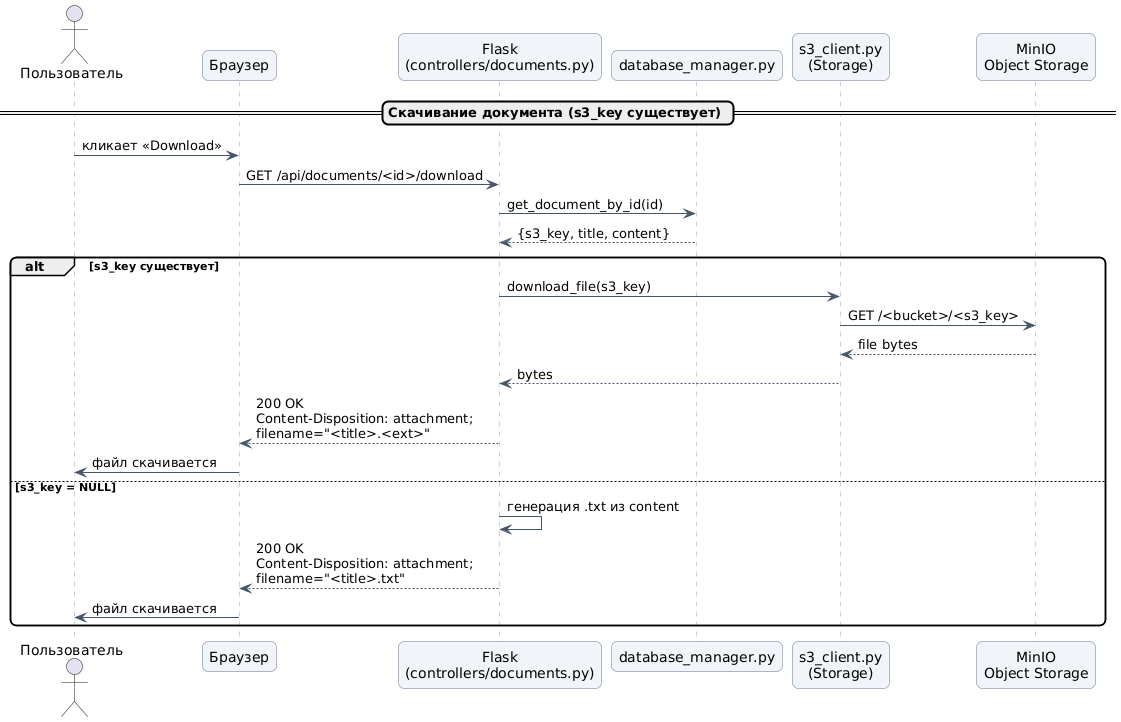
The PlantUML diagram EYAZIS/2_2/EYAZIS_report/png/sequence_download.png in KillRmnv/BSUIR, before a commit. Source of this version:
```plantuml
@startuml sequence_download
skinparam backgroundColor white
skinparam shadowing false
skinparam roundCorner 12
skinparam defaultFontName DejaVu Sans
skinparam sequenceArrowColor #475569
skinparam sequenceLifeLineBorderColor #94A3B8
skinparam sequenceParticipantBackgroundColor #F1F5F9
skinparam sequenceParticipantBorderColor #64748B

actor "Пользователь" as User
participant "Браузер" as Browser
participant "Flask\n(controllers/documents.py)" as Flask
participant "database_manager.py" as DB
participant "s3_client.py\n(Storage)" as S3
participant "MinIO\nObject Storage" as MinIO

== Скачивание документа (s3_key существует) ==

User -> Browser : кликает «Download»
Browser -> Flask : GET /api/documents/<id>/download
Flask -> DB : get_document_by_id(id)
DB --> Flask : {s3_key, title, content}

alt s3_key существует
    Flask -> S3 : download_file(s3_key)
    S3 -> MinIO : GET /<bucket>/<s3_key>
    MinIO --> S3 : file bytes
    S3 --> Flask : bytes
    Flask --> Browser : 200 OK\nContent-Disposition: attachment;\nfilename="<title>.<ext>"
    Browser -> User : файл скачивается
else s3_key = NULL
    Flask -> Flask : генерация .txt из content
    Flask --> Browser : 200 OK\nContent-Disposition: attachment;\nfilename="<title>.txt"
    Browser -> User : файл скачивается
end

@enduml
```
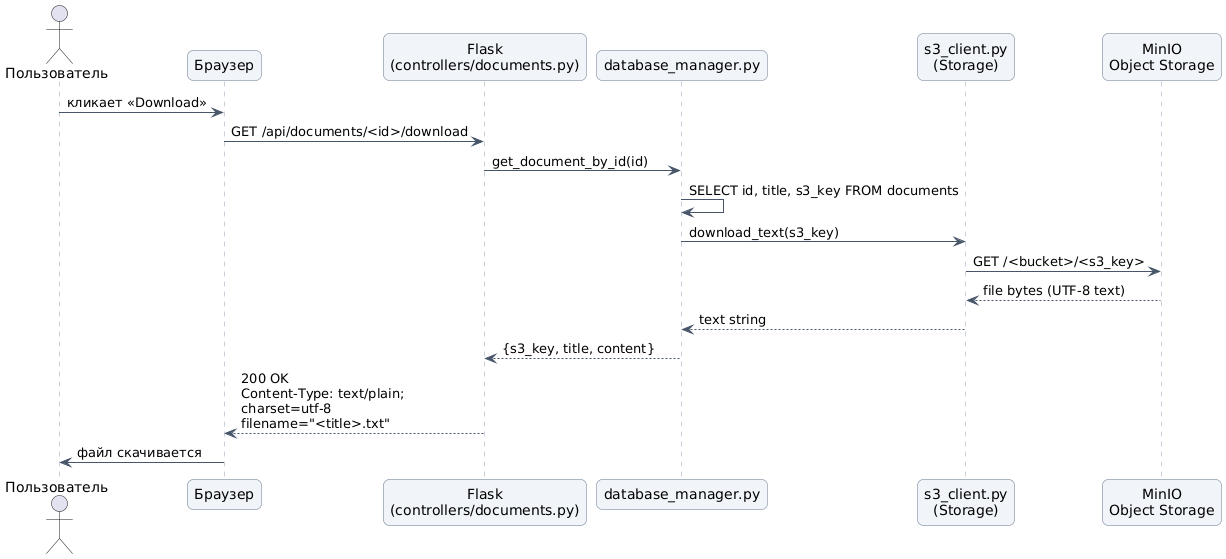
The same diagram one commit later.

Diff of the diagram source:
```diff
@@ -15,24 +15,16 @@
 participant "s3_client.py\n(Storage)" as S3
 participant "MinIO\nObject Storage" as MinIO
 
-== Скачивание документа (s3_key существует) ==
-
 User -> Browser : кликает «Download»
 Browser -> Flask : GET /api/documents/<id>/download
 Flask -> DB : get_document_by_id(id)
+DB -> DB : SELECT id, title, s3_key FROM documents
+DB -> S3 : download_text(s3_key)
+S3 -> MinIO : GET /<bucket>/<s3_key>
+MinIO --> S3 : file bytes (UTF-8 text)
+S3 --> DB : text string
 DB --> Flask : {s3_key, title, content}
-
-alt s3_key существует
-    Flask -> S3 : download_file(s3_key)
-    S3 -> MinIO : GET /<bucket>/<s3_key>
-    MinIO --> S3 : file bytes
-    S3 --> Flask : bytes
-    Flask --> Browser : 200 OK\nContent-Disposition: attachment;\nfilename="<title>.<ext>"
-    Browser -> User : файл скачивается
-else s3_key = NULL
-    Flask -> Flask : генерация .txt из content
-    Flask --> Browser : 200 OK\nContent-Disposition: attachment;\nfilename="<title>.txt"
-    Browser -> User : файл скачивается
-end
+Flask --> Browser : 200 OK\nContent-Type: text/plain;\ncharset=utf-8\nfilename="<title>.txt"
+Browser -> User : файл скачивается
 
 @enduml
```
